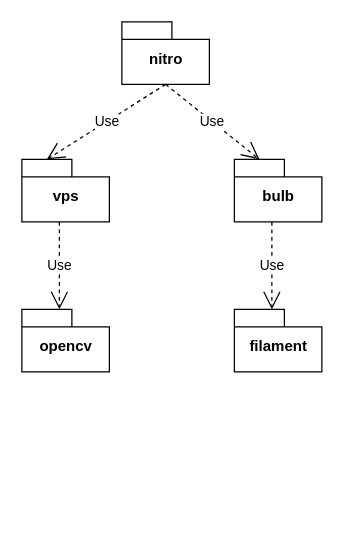
wangziji/graphics keeps this draw.io diagram as page "SDK 依赖关系" (4 of 7) of AR 客户端架构.drawio. Above is the earlier version. Source tidied: cells renumbered, new cells numbered last; positions are measured from the earlier drawing's top-left corner, leaving out a move shared by most shapes. Both pictures are drawn from the tidied source at 125%, with x=0, y=0 at pixel (21, 21).
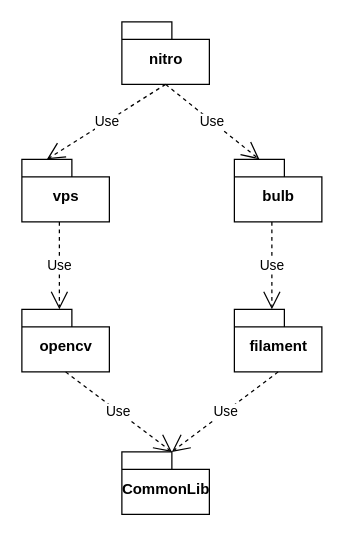
The same diagram, later.

What changed in the source:
```diff
@@
 <mxGraphModel>
   <root>
     <mxCell id="0" />
     <mxCell id="1" parent="0" />
     <mxCell id="2" value="nitro" style="shape=folder;fontStyle=1;spacingTop=10;tabWidth=40;tabHeight=14;tabPosition=left;html=1;" parent="1" vertex="1">
       <mxGeometry x="80" width="70" height="50" as="geometry" />
     </mxCell>
     <mxCell id="3" value="Use" style="endArrow=open;endSize=12;dashed=1;html=1;exitX=0.5;exitY=1;exitDx=0;exitDy=0;exitPerimeter=0;" parent="1" edge="1" source="2">
       <mxGeometry relative="1" as="geometry">
         <mxPoint x="20" y="110" as="targetPoint" />
       </mxGeometry>
     </mxCell>
     <mxCell id="4" value="vps" style="shape=folder;fontStyle=1;spacingTop=10;tabWidth=40;tabHeight=14;tabPosition=left;html=1;" parent="1" vertex="1">
       <mxGeometry y="110" width="70" height="50" as="geometry" />
     </mxCell>
     <mxCell id="5" value="bulb" style="shape=folder;fontStyle=1;spacingTop=10;tabWidth=40;tabHeight=14;tabPosition=left;html=1;" parent="1" vertex="1">
       <mxGeometry x="170" y="110" width="70" height="50" as="geometry" />
     </mxCell>
     <mxCell id="6" value="Use" style="endArrow=open;endSize=12;dashed=1;html=1;exitX=0.5;exitY=1;exitDx=0;exitDy=0;exitPerimeter=0;entryX=0;entryY=0;entryDx=20;entryDy=0;entryPerimeter=0;" parent="1" edge="1" source="2" target="5">
       <mxGeometry relative="1" as="geometry" />
     </mxCell>
     <mxCell id="7" value="opencv" style="shape=folder;fontStyle=1;spacingTop=10;tabWidth=40;tabHeight=14;tabPosition=left;html=1;" parent="1" vertex="1">
       <mxGeometry y="230" width="70" height="50" as="geometry" />
     </mxCell>
     <mxCell id="8" value="filament" style="shape=folder;fontStyle=1;spacingTop=10;tabWidth=40;tabHeight=14;tabPosition=left;html=1;" parent="1" vertex="1">
       <mxGeometry x="170" y="230" width="70" height="50" as="geometry" />
     </mxCell>
     <mxCell id="9" value="Use" style="endArrow=open;endSize=12;dashed=1;html=1;exitX=0.5;exitY=1;exitDx=0;exitDy=0;exitPerimeter=0;entryX=0;entryY=0;entryDx=20;entryDy=0;entryPerimeter=0;" parent="1" edge="1">
       <mxGeometry relative="1" as="geometry">
         <mxPoint x="30" y="160" as="sourcePoint" />
         <mxPoint x="30" y="230" as="targetPoint" />
       </mxGeometry>
     </mxCell>
     <mxCell id="10" value="Use" style="endArrow=open;endSize=12;dashed=1;html=1;exitX=0.5;exitY=1;exitDx=0;exitDy=0;exitPerimeter=0;entryX=0;entryY=0;entryDx=20;entryDy=0;entryPerimeter=0;" parent="1" edge="1">
       <mxGeometry relative="1" as="geometry">
         <mxPoint x="200" y="160" as="sourcePoint" />
         <mxPoint x="200" y="230" as="targetPoint" />
       </mxGeometry>
     </mxCell>
+    <mxCell id="11" value="CommonLib" style="shape=folder;fontStyle=1;spacingTop=10;tabWidth=40;tabHeight=14;tabPosition=left;html=1;" parent="1" vertex="1">
+      <mxGeometry x="80" y="344" width="70" height="50" as="geometry" />
+    </mxCell>
+    <mxCell id="12" value="Use" style="endArrow=open;endSize=12;dashed=1;html=1;exitX=0.5;exitY=1;exitDx=0;exitDy=0;exitPerimeter=0;entryX=0;entryY=0;entryDx=40;entryDy=0;entryPerimeter=0;" parent="1" edge="1" source="8" target="11">
+      <mxGeometry relative="1" as="geometry" />
+    </mxCell>
+    <mxCell id="13" value="Use" style="endArrow=open;endSize=12;dashed=1;html=1;exitX=0.5;exitY=1;exitDx=0;exitDy=0;exitPerimeter=0;entryX=0;entryY=0;entryDx=40;entryDy=0;entryPerimeter=0;" parent="1" edge="1" source="7" target="11">
+      <mxGeometry relative="1" as="geometry" />
+    </mxCell>
   </root>
 </mxGraphModel>
```
